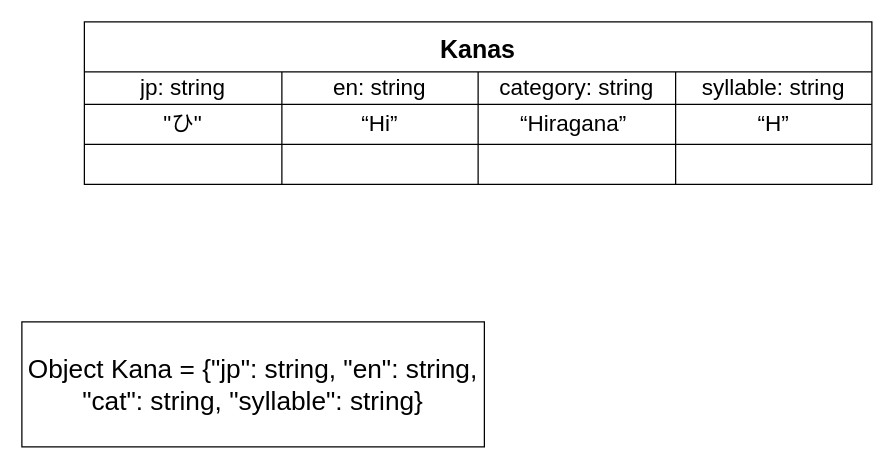
Earlier version of the draw.io diagram page "Database" (2 of 6) of Endless Kana Design v0.drawio (jdsmith104/endless-kana). Source tidied: cells renumbered, new cells numbered last; positions are measured from the earlier drawing's top-left corner, leaving out a move shared by most shapes. Both pictures are drawn from the tidied source at 125%, with x=0, y=0 at pixel (21, 21).
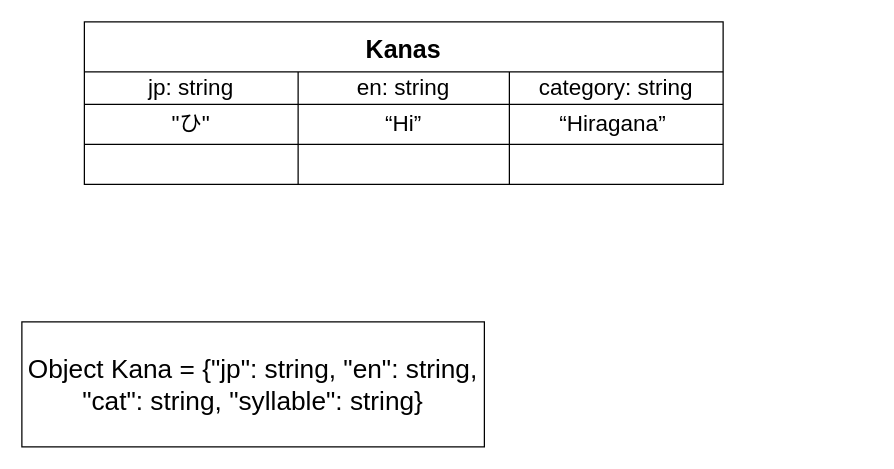
The same diagram, later.

Diff of the diagram source:
```diff
@@
 <mxGraphModel>
   <root>
     <mxCell id="0" />
     <mxCell id="1" parent="0" />
     <mxCell id="2" value="Kanas" style="shape=table;startSize=40;childLayout=tableLayout;fontStyle=1;align=center;fontSize=20;" parent="1" vertex="1">
-      <mxGeometry x="50" width="630" height="130" as="geometry" />
+      <mxGeometry x="50" width="511" height="130" as="geometry" />
     </mxCell>
     <mxCell id="3" style="shape=tableRow;horizontal=0;startSize=0;swimlaneHead=0;swimlaneBody=0;top=0;left=0;bottom=0;right=0;fillColor=none;fontSize=18;" parent="2" vertex="1">
-      <mxGeometry y="40" width="630" height="26" as="geometry" />
+      <mxGeometry y="40" width="511" height="26" as="geometry" />
     </mxCell>
     <mxCell id="4" value="jp: string" style="shape=partialRectangle;html=1;whiteSpace=wrap;fillColor=none;top=0;left=0;bottom=0;right=0;overflow=hidden;fontSize=18;" parent="3" vertex="1">
-      <mxGeometry width="158" height="26" as="geometry" />
+      <mxGeometry width="171" height="26" as="geometry" />
     </mxCell>
     <mxCell id="5" value="en: string" style="shape=partialRectangle;html=1;whiteSpace=wrap;fillColor=none;top=0;left=0;bottom=0;right=0;overflow=hidden;fontSize=18;" parent="3" vertex="1">
-      <mxGeometry x="158" width="157" height="26" as="geometry" />
+      <mxGeometry x="171" width="169" height="26" as="geometry" />
     </mxCell>
     <mxCell id="6" value="category: string" style="shape=partialRectangle;html=1;whiteSpace=wrap;fillColor=none;top=0;left=0;bottom=0;right=0;overflow=hidden;fontSize=18;" parent="3" vertex="1">
-      <mxGeometry x="315" width="158" height="26" as="geometry" />
+      <mxGeometry x="340" width="171" height="26" as="geometry" />
     </mxCell>
-    <mxCell id="7" value="syllable: string" style="shape=partialRectangle;html=1;whiteSpace=wrap;fillColor=none;top=0;left=0;bottom=0;right=0;overflow=hidden;fontSize=18;" parent="3" vertex="1">
-      <mxGeometry x="473" width="157" height="26" as="geometry" />
-    </mxCell>
     <mxCell id="8" style="shape=tableRow;horizontal=0;startSize=0;swimlaneHead=0;swimlaneBody=0;top=0;left=0;bottom=0;right=0;fillColor=none;fontSize=18;" parent="2" vertex="1">
-      <mxGeometry y="66" width="630" height="32" as="geometry" />
+      <mxGeometry y="66" width="511" height="32" as="geometry" />
     </mxCell>
     <mxCell id="9" value="&lt;font style=&quot;font-size: 18px;&quot;&gt;&lt;span class=&quot;s1&quot; style=&quot;font-size: 18px;&quot;&gt;&lt;font style=&quot;font-size: 18px;&quot;&gt;&quot;ひ&quot;&lt;/font&gt;&lt;/span&gt;&lt;/font&gt;" style="shape=partialRectangle;html=1;whiteSpace=wrap;fillColor=none;top=0;left=0;bottom=0;right=0;overflow=hidden;fontFamily=Helvetica;fontSize=18;" parent="8" vertex="1">
-      <mxGeometry width="158" height="32" as="geometry" />
+      <mxGeometry width="171" height="32" as="geometry" />
     </mxCell>
     <mxCell id="10" value="“Hi”" style="shape=partialRectangle;html=1;whiteSpace=wrap;fillColor=none;top=0;left=0;bottom=0;right=0;overflow=hidden;fontSize=18;" parent="8" vertex="1">
-      <mxGeometry x="158" width="157" height="32" as="geometry" />
+      <mxGeometry x="171" width="169" height="32" as="geometry" />
     </mxCell>
     <mxCell id="11" value="“Hiragana”&amp;nbsp;" style="shape=partialRectangle;html=1;whiteSpace=wrap;fillColor=none;top=0;left=0;bottom=0;right=0;overflow=hidden;fontSize=18;" parent="8" vertex="1">
-      <mxGeometry x="315" width="158" height="32" as="geometry" />
+      <mxGeometry x="340" width="171" height="32" as="geometry" />
     </mxCell>
-    <mxCell id="12" value="“H”" style="shape=partialRectangle;html=1;whiteSpace=wrap;fillColor=none;top=0;left=0;bottom=0;right=0;overflow=hidden;fontSize=18;" parent="8" vertex="1">
-      <mxGeometry x="473" width="157" height="32" as="geometry" />
-    </mxCell>
     <mxCell id="13" style="shape=tableRow;horizontal=0;startSize=0;swimlaneHead=0;swimlaneBody=0;top=0;left=0;bottom=0;right=0;fillColor=none;fontSize=18;" parent="2" vertex="1">
-      <mxGeometry y="98" width="630" height="32" as="geometry" />
+      <mxGeometry y="98" width="511" height="32" as="geometry" />
     </mxCell>
     <mxCell id="14" style="shape=partialRectangle;html=1;whiteSpace=wrap;fillColor=none;top=0;left=0;bottom=0;right=0;overflow=hidden;fontSize=18;" parent="13" vertex="1">
-      <mxGeometry width="158" height="32" as="geometry" />
+      <mxGeometry width="171" height="32" as="geometry" />
     </mxCell>
     <mxCell id="15" style="shape=partialRectangle;html=1;whiteSpace=wrap;fillColor=none;top=0;left=0;bottom=0;right=0;overflow=hidden;fontSize=18;" parent="13" vertex="1">
-      <mxGeometry x="158" width="157" height="32" as="geometry" />
+      <mxGeometry x="171" width="169" height="32" as="geometry" />
     </mxCell>
     <mxCell id="16" style="shape=partialRectangle;html=1;whiteSpace=wrap;fillColor=none;top=0;left=0;bottom=0;right=0;overflow=hidden;fontSize=18;" parent="13" vertex="1">
-      <mxGeometry x="315" width="158" height="32" as="geometry" />
+      <mxGeometry x="340" width="171" height="32" as="geometry" />
     </mxCell>
-    <mxCell id="17" style="shape=partialRectangle;html=1;whiteSpace=wrap;fillColor=none;top=0;left=0;bottom=0;right=0;overflow=hidden;fontSize=18;" parent="13" vertex="1">
-      <mxGeometry x="473" width="157" height="32" as="geometry" />
-    </mxCell>
     <mxCell id="18" value="Object Kana = {&quot;jp&quot;: string, &quot;en&quot;: string, &quot;cat&quot;: string, &quot;syllable&quot;: string}" style="rounded=0;whiteSpace=wrap;html=1;fontFamily=Helvetica;fontSize=21;" parent="1" vertex="1">
       <mxGeometry y="240" width="370" height="100" as="geometry" />
     </mxCell>
   </root>
 </mxGraphModel>
```
